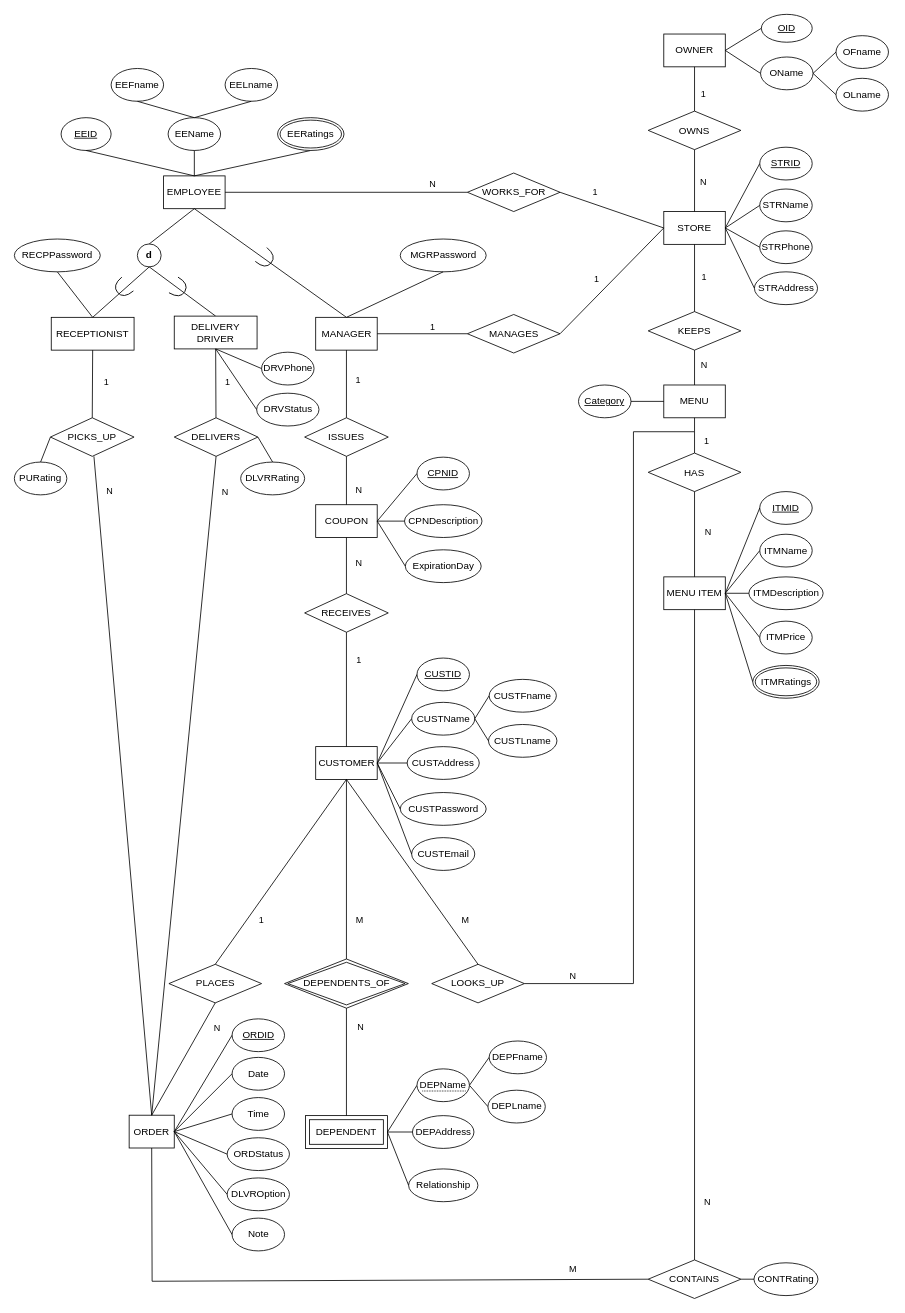
This is Enhanced Entity Relationship Diagram.drawio from hqiao8/Restaurant-Management-System, a draw.io file, before an edit. Source tidied: cells renumbered, new cells numbered last; positions are measured from the earlier drawing's top-left corner, leaving out a move shared by most shapes. Both pictures are drawn from the tidied source at 82%, with x=0, y=0 at pixel (14, 14).
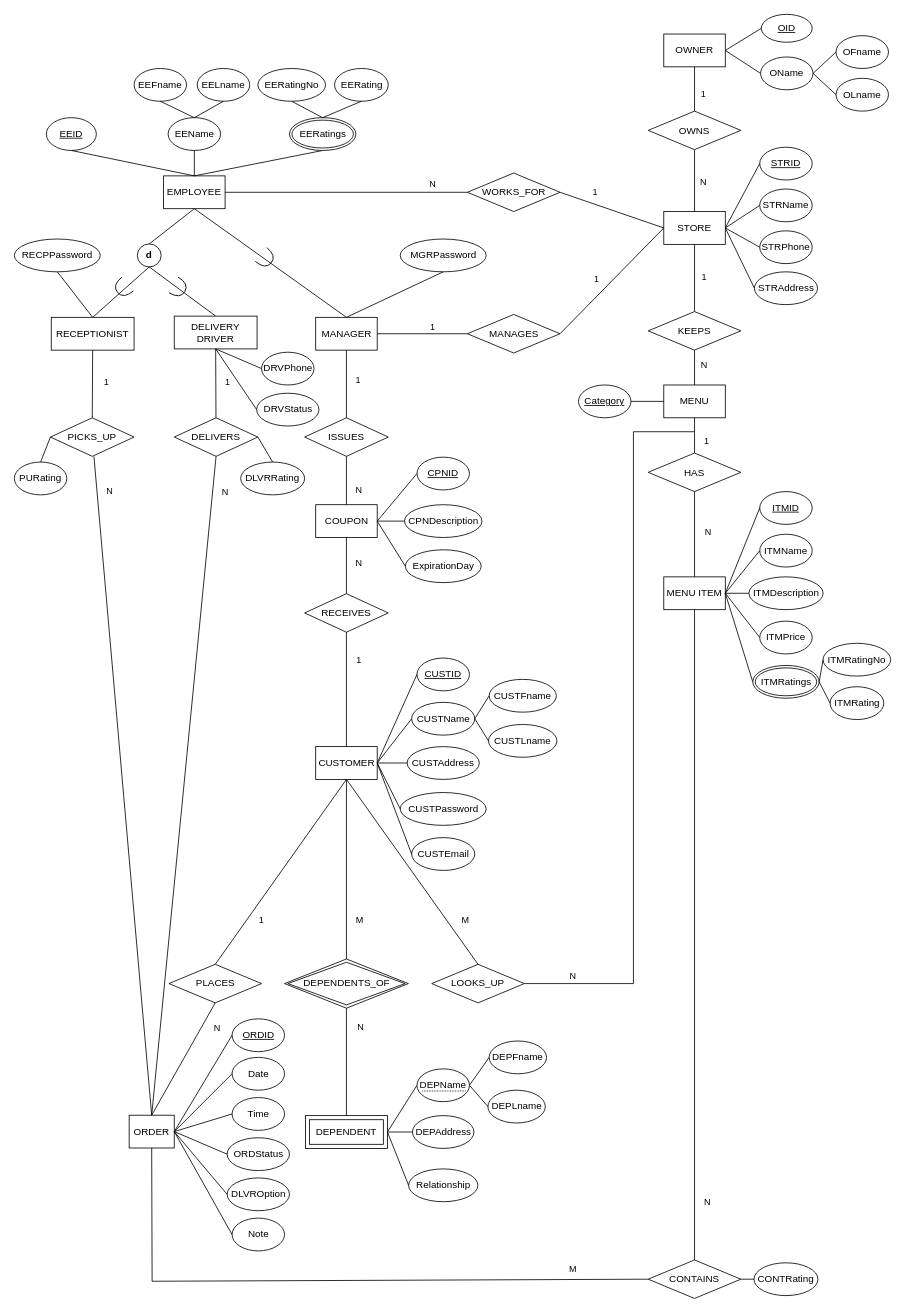
After the change.

Unchanged cells that the change refers to:
```xml
<mxCell id="162" value="ITMRatings" style="ellipse;shape=doubleEllipse;margin=3;whiteSpace=wrap;html=1;align=center;" parent="1" vertex="1">
  <mxGeometry x="900.5" y="794" width="81" height="40" as="geometry" />
</mxCell>
```

The edit, as a diff of the source:
```diff
@@
     <mxCell id="4" value="EEFname" style="ellipse;whiteSpace=wrap;html=1;align=center;fillColor=default;gradientColor=none;" parent="1" vertex="1">
-      <mxGeometry x="118" y="66" width="64" height="40" as="geometry" />
+      <mxGeometry x="146" y="66" width="64" height="40" as="geometry" />
     </mxCell>
     <mxCell id="5" value="EELname" style="ellipse;whiteSpace=wrap;html=1;align=center;fillColor=default;gradientColor=none;" parent="1" vertex="1">
-      <mxGeometry x="257" y="66" width="64" height="40" as="geometry" />
+      <mxGeometry x="223" y="66" width="64" height="40" as="geometry" />
     </mxCell>
     <mxCell id="6" value="&lt;u&gt;EEID&lt;/u&gt;" style="ellipse;whiteSpace=wrap;html=1;align=center;fillColor=default;gradientColor=none;" parent="1" vertex="1">
-      <mxGeometry x="57" y="126" width="61" height="40" as="geometry" />
+      <mxGeometry x="39" y="126" width="61" height="40" as="geometry" />
     </mxCell>
@@
     <mxCell id="161" value="EERatings" style="ellipse;shape=doubleEllipse;margin=3;whiteSpace=wrap;html=1;align=center;" parent="1" vertex="1">
-      <mxGeometry x="321" y="126" width="81" height="40" as="geometry" />
+      <mxGeometry x="335.5" y="126" width="81" height="40" as="geometry" />
     </mxCell>
@@
+    <mxCell id="181" style="endArrow=none;html=1;rounded=0;exitX=0.5;exitY=0;exitDx=0;exitDy=0;entryX=0.5;entryY=1;entryDx=0;entryDy=0;" parent="1" edge="1" source="161" target="182">
+      <mxGeometry relative="1" as="geometry" />
+    </mxCell>
+    <mxCell id="182" value="EERatingNo" style="ellipse;whiteSpace=wrap;html=1;align=center;fillColor=default;gradientColor=none;" parent="1" vertex="1">
+      <mxGeometry x="297" y="66" width="82.5" height="40" as="geometry" />
+    </mxCell>
+    <mxCell id="183" value="EERating" style="ellipse;whiteSpace=wrap;html=1;align=center;fillColor=default;gradientColor=none;" parent="1" vertex="1">
+      <mxGeometry x="390.5" y="66" width="65.5" height="40" as="geometry" />
+    </mxCell>
+    <mxCell id="184" style="endArrow=none;html=1;rounded=0;exitX=0.5;exitY=0;exitDx=0;exitDy=0;entryX=0.5;entryY=1;entryDx=0;entryDy=0;" parent="1" edge="1" source="161" target="183">
+      <mxGeometry relative="1" as="geometry" />
+    </mxCell>
+    <mxCell id="185" value="ITMRatingNo" style="ellipse;whiteSpace=wrap;html=1;align=center;fillColor=default;gradientColor=none;" parent="1" vertex="1">
+      <mxGeometry x="986.2" y="767" width="82.5" height="40" as="geometry" />
+    </mxCell>
+    <mxCell id="186" value="ITMRating" style="ellipse;whiteSpace=wrap;html=1;align=center;fillColor=default;gradientColor=none;" parent="1" vertex="1">
+      <mxGeometry x="994.8" y="820" width="65.5" height="40" as="geometry" />
+    </mxCell>
+    <mxCell id="187" style="endArrow=none;html=1;rounded=0;entryX=0;entryY=0.5;entryDx=0;entryDy=0;exitX=1;exitY=0.5;exitDx=0;exitDy=0;" parent="1" edge="1" source="162" target="185">
+      <mxGeometry relative="1" as="geometry" />
+    </mxCell>
+    <mxCell id="188" style="endArrow=none;html=1;rounded=0;entryX=0;entryY=0.5;entryDx=0;entryDy=0;exitX=1;exitY=0.5;exitDx=0;exitDy=0;" parent="1" edge="1" source="162" target="186">
+      <mxGeometry relative="1" as="geometry" />
+    </mxCell>
```
